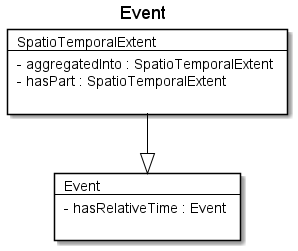
Above: fragments/diagrams/Event.png in rtigran/rdf2adoc (PlantUML), before the change. Source of this version:
```plantuml
@startuml
Title Event

Card Event #fff [
Event
----
- hasRelativeTime : Event

]
Card SpatioTemporalExtent #fff [
SpatioTemporalExtent
----
- aggregatedInto : SpatioTemporalExtent
- hasPart : SpatioTemporalExtent

]
SpatioTemporalExtent --|> Event  #000
@enduml
```
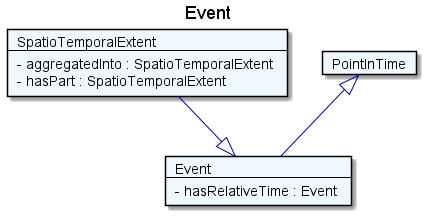
After the commit.

Change to the diagram source:
```diff
@@ -1,18 +1,20 @@
 @startuml
 Title Event
 
-Card Event #fff [
+Card Event #F0F8FF [
 Event
 ----
 - hasRelativeTime : Event
-
 ]
-Card SpatioTemporalExtent #fff [
+Card SpatioTemporalExtent #F0F8FF [
 SpatioTemporalExtent
 ----
 - aggregatedInto : SpatioTemporalExtent
 - hasPart : SpatioTemporalExtent
-
 ]
-SpatioTemporalExtent --|> Event  #000
+SpatioTemporalExtent --|> Event  #00008B
+Card PointInTime #F0F8FF [
+PointInTime
+]
+PointInTime <|-- Event  #00008B
 @enduml
```
